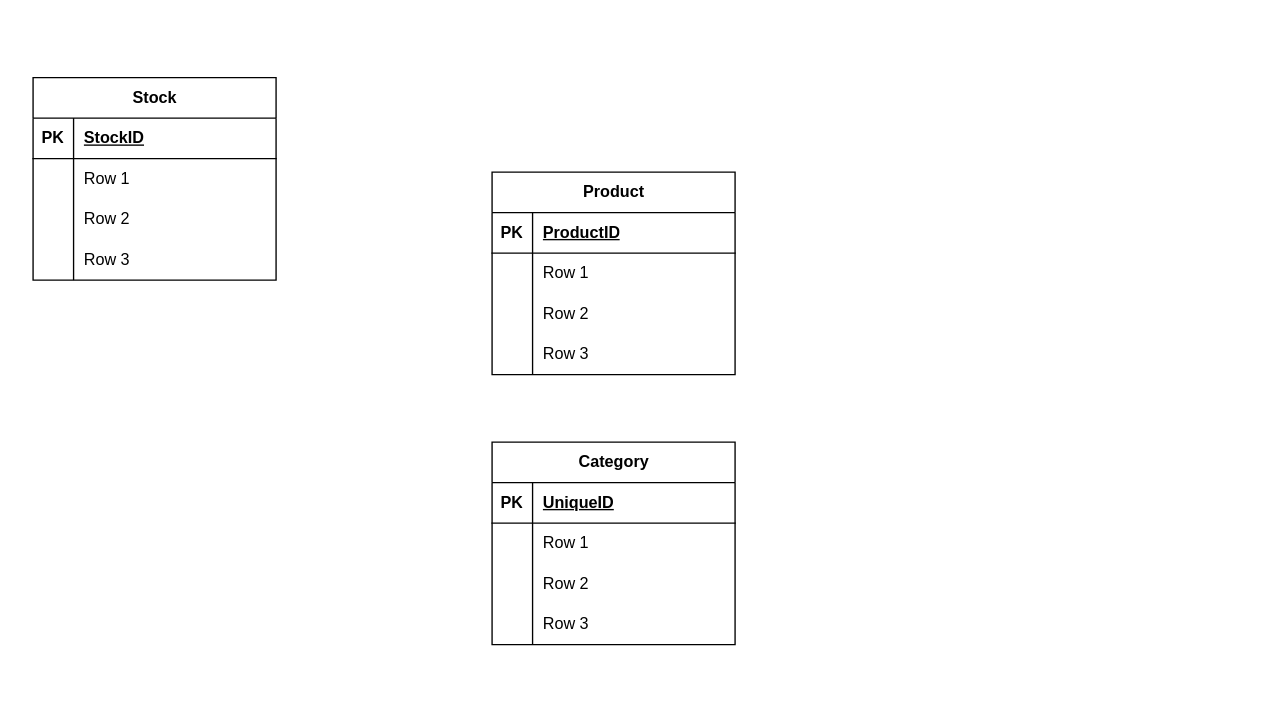
Earlier version of the draw.io diagram Diagramma senza titolo.drawio (LuigiSolazzi/EpicodeSQL). Source tidied: cells renumbered, new cells numbered last; positions are measured from the earlier drawing's top-left corner, leaving out a move shared by most shapes. Both pictures are drawn from the tidied source at 135%, with x=0, y=0 at pixel (32, 77).
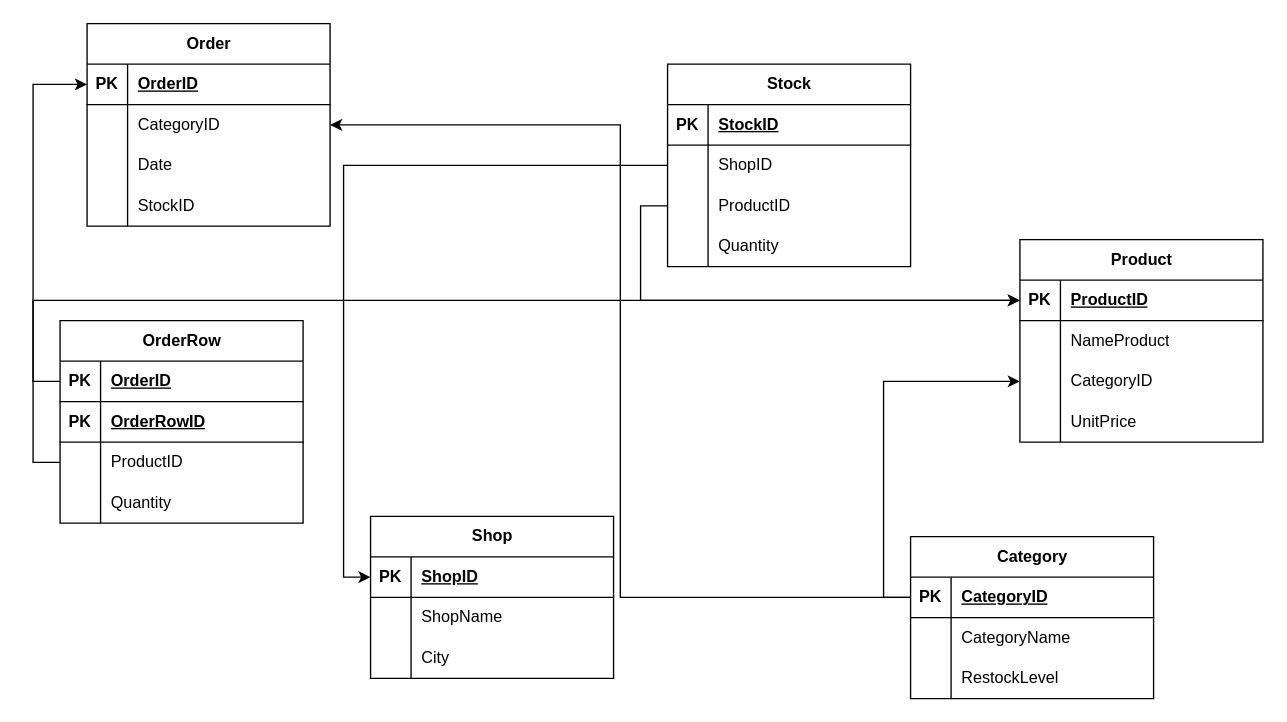
After the change.

Unchanged cells that the change refers to:
```xml
<mxCell id="3" style="shape=tableRow;horizontal=0;startSize=0;swimlaneHead=0;swimlaneBody=0;fillColor=none;points=[[0,0.5],[1,0.5]];portConstraint=eastwest;top=0;left=0;right=0;bottom=1;" parent="2" vertex="1">
  <mxGeometry y="30" width="180" height="30" as="geometry" />
</mxCell>
<mxCell id="6" style="shape=tableRow;horizontal=0;startSize=0;swimlaneHead=0;swimlaneBody=0;fillColor=none;top=0;left=0;right=0;bottom=0;" parent="2" vertex="1">
  <mxGeometry y="60" width="180" height="30" as="geometry" />
</mxCell>
<mxCell id="9" style="shape=tableRow;horizontal=0;startSize=0;swimlaneHead=0;swimlaneBody=0;fillColor=none;points=[[0,0.5],[1,0.5]];portConstraint=eastwest;top=0;left=0;right=0;bottom=0;" parent="2" vertex="1">
  <mxGeometry y="90" width="180" height="30" as="geometry" />
</mxCell>
<mxCell id="12" style="shape=tableRow;horizontal=0;startSize=0;swimlaneHead=0;swimlaneBody=0;fillColor=none;top=0;left=0;right=0;bottom=0;" parent="2" vertex="1">
  <mxGeometry y="120" width="180" height="30" as="geometry" />
</mxCell>
<mxCell id="19" style="shape=tableRow;horizontal=0;startSize=0;swimlaneHead=0;swimlaneBody=0;fillColor=none;points=[[0,0.5],[1,0.5]];portConstraint=eastwest;top=0;left=0;right=0;bottom=0;" parent="15" vertex="1">
  <mxGeometry y="60" width="180" height="30" as="geometry" />
</mxCell>
<mxCell id="22" style="shape=tableRow;horizontal=0;startSize=0;swimlaneHead=0;swimlaneBody=0;fillColor=none;points=[[0,0.5],[1,0.5]];portConstraint=eastwest;top=0;left=0;right=0;bottom=0;" parent="15" vertex="1">
  <mxGeometry y="90" width="180" height="30" as="geometry" />
</mxCell>
<mxCell id="25" style="shape=tableRow;horizontal=0;startSize=0;swimlaneHead=0;swimlaneBody=0;fillColor=none;top=0;left=0;right=0;bottom=0;" parent="15" vertex="1">
  <mxGeometry y="120" width="180" height="30" as="geometry" />
</mxCell>
<mxCell id="29" style="shape=tableRow;horizontal=0;startSize=0;swimlaneHead=0;swimlaneBody=0;fillColor=none;points=[[0,0.5],[1,0.5]];portConstraint=eastwest;top=0;left=0;right=0;bottom=1;" parent="28" vertex="1">
  <mxGeometry y="30" width="180" height="30" as="geometry" />
</mxCell>
<mxCell id="32" style="shape=tableRow;horizontal=0;startSize=0;swimlaneHead=0;swimlaneBody=0;fillColor=none;top=0;left=0;right=0;bottom=0;" parent="28" vertex="1">
  <mxGeometry y="60" width="180" height="30" as="geometry" />
</mxCell>
<mxCell id="35" style="shape=tableRow;horizontal=0;startSize=0;swimlaneHead=0;swimlaneBody=0;fillColor=none;top=0;left=0;right=0;bottom=0;" parent="28" vertex="1">
  <mxGeometry y="90" width="180" height="30" as="geometry" />
</mxCell>
```

Change to the diagram source:
```diff
@@
     <mxCell id="2" value="Product" style="shape=table;startSize=30;childLayout=tableLayout;rowLines=0;fontStyle=1;align=center;html=1;" parent="1" vertex="1">
-      <mxGeometry x="340" y="70" width="180" height="150" as="geometry" />
+      <mxGeometry x="731" y="120" width="180" height="150" as="geometry" />
     </mxCell>
@@
-    <mxCell id="8" value="Row 1" style="shape=partialRectangle;fillColor=none;top=0;left=0;bottom=0;right=0;align=left;spacingLeft=6;overflow=hidden;whiteSpace=wrap;html=1;" parent="6" vertex="1">
+    <mxCell id="8" value="NameProduct" style="shape=partialRectangle;fillColor=none;top=0;left=0;bottom=0;right=0;align=left;spacingLeft=6;overflow=hidden;whiteSpace=wrap;html=1;" parent="6" vertex="1">
       <mxGeometry x="30" width="150" height="30" as="geometry" />
     </mxCell>
@@
-    <mxCell id="11" value="Row 2" style="shape=partialRectangle;fillColor=none;top=0;left=0;bottom=0;right=0;align=left;spacingLeft=6;overflow=hidden;whiteSpace=wrap;html=1;" parent="9" vertex="1">
+    <mxCell id="11" value="CategoryID" style="shape=partialRectangle;fillColor=none;top=0;left=0;bottom=0;right=0;align=left;spacingLeft=6;overflow=hidden;whiteSpace=wrap;html=1;" parent="9" vertex="1">
       <mxGeometry x="30" width="150" height="30" as="geometry" />
     </mxCell>
@@
-    <mxCell id="14" value="Row 3" style="shape=partialRectangle;fillColor=none;top=0;left=0;bottom=0;right=0;align=left;spacingLeft=6;overflow=hidden;whiteSpace=wrap;html=1;" parent="12" vertex="1">
+    <mxCell id="14" value="UnitPrice" style="shape=partialRectangle;fillColor=none;top=0;left=0;bottom=0;right=0;align=left;spacingLeft=6;overflow=hidden;whiteSpace=wrap;html=1;" parent="12" vertex="1">
       <mxGeometry x="30" width="150" height="30" as="geometry" />
     </mxCell>
     <mxCell id="15" value="Stock" style="shape=table;startSize=30;childLayout=tableLayout;rowLines=0;fontStyle=1;align=center;html=1;" parent="1" vertex="1">
-      <mxGeometry width="180" height="150" as="geometry" />
+      <mxGeometry x="470" y="-10" width="180" height="150" as="geometry" />
     </mxCell>
@@
-    <mxCell id="21" value="Row 1" style="shape=partialRectangle;fillColor=none;top=0;left=0;bottom=0;right=0;align=left;spacingLeft=6;overflow=hidden;whiteSpace=wrap;html=1;" parent="19" vertex="1">
+    <mxCell id="21" value="ShopID" style="shape=partialRectangle;fillColor=none;top=0;left=0;bottom=0;right=0;align=left;spacingLeft=6;overflow=hidden;whiteSpace=wrap;html=1;" parent="19" vertex="1">
       <mxGeometry x="30" width="150" height="30" as="geometry" />
     </mxCell>
@@
-    <mxCell id="24" value="Row 2" style="shape=partialRectangle;fillColor=none;top=0;left=0;bottom=0;right=0;align=left;spacingLeft=6;overflow=hidden;whiteSpace=wrap;html=1;" parent="22" vertex="1">
+    <mxCell id="24" value="ProductID" style="shape=partialRectangle;fillColor=none;top=0;left=0;bottom=0;right=0;align=left;spacingLeft=6;overflow=hidden;whiteSpace=wrap;html=1;" parent="22" vertex="1">
       <mxGeometry x="30" width="150" height="30" as="geometry" />
     </mxCell>
@@
-    <mxCell id="27" value="Row 3" style="shape=partialRectangle;fillColor=none;top=0;left=0;bottom=0;right=0;align=left;spacingLeft=6;overflow=hidden;whiteSpace=wrap;html=1;" parent="25" vertex="1">
+    <mxCell id="27" value="Quantity" style="shape=partialRectangle;fillColor=none;top=0;left=0;bottom=0;right=0;align=left;spacingLeft=6;overflow=hidden;whiteSpace=wrap;html=1;" parent="25" vertex="1">
       <mxGeometry x="30" width="150" height="30" as="geometry" />
     </mxCell>
     <mxCell id="28" value="Category" style="shape=table;startSize=30;childLayout=tableLayout;rowLines=0;fontStyle=1;align=center;html=1;" parent="1" vertex="1">
-      <mxGeometry x="340" y="270" width="180" height="150" as="geometry" />
+      <mxGeometry x="650" y="340" width="180" height="120" as="geometry" />
     </mxCell>
@@
-    <mxCell id="31" value="UniqueID" style="shape=partialRectangle;fillColor=none;top=0;left=0;bottom=0;right=0;align=left;spacingLeft=6;fontStyle=5;overflow=hidden;whiteSpace=wrap;html=1;" parent="29" vertex="1">
+    <mxCell id="31" value="CategoryID" style="shape=partialRectangle;fillColor=none;top=0;left=0;bottom=0;right=0;align=left;spacingLeft=6;fontStyle=5;overflow=hidden;whiteSpace=wrap;html=1;" parent="29" vertex="1">
       <mxGeometry x="30" width="150" height="30" as="geometry" />
     </mxCell>
@@
-    <mxCell id="34" value="Row 1" style="shape=partialRectangle;fillColor=none;top=0;left=0;bottom=0;right=0;align=left;spacingLeft=6;overflow=hidden;whiteSpace=wrap;html=1;" parent="32" vertex="1">
+    <mxCell id="34" value="CategoryName" style="shape=partialRectangle;fillColor=none;top=0;left=0;bottom=0;right=0;align=left;spacingLeft=6;overflow=hidden;whiteSpace=wrap;html=1;" parent="32" vertex="1">
       <mxGeometry x="30" width="150" height="30" as="geometry" />
     </mxCell>
@@
-    <mxCell id="37" value="Row 2" style="shape=partialRectangle;fillColor=none;top=0;left=0;bottom=0;right=0;align=left;spacingLeft=6;overflow=hidden;whiteSpace=wrap;html=1;" parent="35" vertex="1">
+    <mxCell id="37" value="RestockLevel" style="shape=partialRectangle;fillColor=none;top=0;left=0;bottom=0;right=0;align=left;spacingLeft=6;overflow=hidden;whiteSpace=wrap;html=1;" parent="35" vertex="1">
       <mxGeometry x="30" width="150" height="30" as="geometry" />
     </mxCell>
-    <mxCell id="38" style="shape=tableRow;horizontal=0;startSize=0;swimlaneHead=0;swimlaneBody=0;fillColor=none;top=0;left=0;right=0;bottom=0;" parent="28" vertex="1">
-      <mxGeometry y="120" width="180" height="30" as="geometry" />
-    </mxCell>
-    <mxCell id="39" style="shape=partialRectangle;fillColor=none;top=0;left=0;bottom=0;right=0;overflow=hidden;whiteSpace=wrap;html=1;" parent="38" vertex="1">
-      <mxGeometry width="30" height="30" as="geometry" />
-    </mxCell>
-    <mxCell id="40" value="Row 3" style="shape=partialRectangle;fillColor=none;top=0;left=0;bottom=0;right=0;align=left;spacingLeft=6;overflow=hidden;whiteSpace=wrap;html=1;" parent="38" vertex="1">
-      <mxGeometry x="30" width="150" height="30" as="geometry" />
-    </mxCell>
+    <mxCell id="41" value="Shop" style="shape=table;startSize=30;childLayout=tableLayout;rowLines=0;fontStyle=1;align=center;html=1;" parent="1" vertex="1">
+      <mxGeometry x="250" y="325" width="180" height="120" as="geometry" />
+    </mxCell>
+    <mxCell id="42" style="shape=tableRow;horizontal=0;startSize=0;swimlaneHead=0;swimlaneBody=0;fillColor=none;points=[[0,0.5],[1,0.5]];portConstraint=eastwest;top=0;left=0;right=0;bottom=1;" parent="41" vertex="1">
+      <mxGeometry y="30" width="180" height="30" as="geometry" />
+    </mxCell>
+    <mxCell id="43" value="PK" style="shape=partialRectangle;fillColor=none;top=0;left=0;bottom=0;right=0;fontStyle=1;overflow=hidden;whiteSpace=wrap;html=1;" parent="42" vertex="1">
+      <mxGeometry width="30" height="30" as="geometry" />
+    </mxCell>
+    <mxCell id="44" value="ShopID" style="shape=partialRectangle;fillColor=none;top=0;left=0;bottom=0;right=0;align=left;spacingLeft=6;fontStyle=5;overflow=hidden;whiteSpace=wrap;html=1;" parent="42" vertex="1">
+      <mxGeometry x="30" width="150" height="30" as="geometry" />
+    </mxCell>
+    <mxCell id="45" style="shape=tableRow;horizontal=0;startSize=0;swimlaneHead=0;swimlaneBody=0;fillColor=none;top=0;left=0;right=0;bottom=0;" parent="41" vertex="1">
+      <mxGeometry y="60" width="180" height="30" as="geometry" />
+    </mxCell>
+    <mxCell id="46" style="shape=partialRectangle;fillColor=none;top=0;left=0;bottom=0;right=0;overflow=hidden;whiteSpace=wrap;html=1;" parent="45" vertex="1">
+      <mxGeometry width="30" height="30" as="geometry" />
+    </mxCell>
+    <mxCell id="47" value="ShopName" style="shape=partialRectangle;fillColor=none;top=0;left=0;bottom=0;right=0;align=left;spacingLeft=6;overflow=hidden;whiteSpace=wrap;html=1;" parent="45" vertex="1">
+      <mxGeometry x="30" width="150" height="30" as="geometry" />
+    </mxCell>
+    <mxCell id="48" style="shape=tableRow;horizontal=0;startSize=0;swimlaneHead=0;swimlaneBody=0;fillColor=none;top=0;left=0;right=0;bottom=0;" parent="41" vertex="1">
+      <mxGeometry y="90" width="180" height="30" as="geometry" />
+    </mxCell>
+    <mxCell id="49" style="shape=partialRectangle;fillColor=none;top=0;left=0;bottom=0;right=0;overflow=hidden;whiteSpace=wrap;html=1;" parent="48" vertex="1">
+      <mxGeometry width="30" height="30" as="geometry" />
+    </mxCell>
+    <mxCell id="50" value="City" style="shape=partialRectangle;fillColor=none;top=0;left=0;bottom=0;right=0;align=left;spacingLeft=6;overflow=hidden;whiteSpace=wrap;html=1;" parent="48" vertex="1">
+      <mxGeometry x="30" width="150" height="30" as="geometry" />
+    </mxCell>
+    <mxCell id="51" value="Order" style="shape=table;startSize=30;childLayout=tableLayout;rowLines=0;fontStyle=1;align=center;html=1;" parent="1" vertex="1">
+      <mxGeometry x="40" y="-40" width="180" height="150" as="geometry" />
+    </mxCell>
+    <mxCell id="52" style="shape=tableRow;horizontal=0;startSize=0;swimlaneHead=0;swimlaneBody=0;fillColor=none;points=[[0,0.5],[1,0.5]];portConstraint=eastwest;top=0;left=0;right=0;bottom=1;" parent="51" vertex="1">
+      <mxGeometry y="30" width="180" height="30" as="geometry" />
+    </mxCell>
+    <mxCell id="53" value="PK" style="shape=partialRectangle;fillColor=none;top=0;left=0;bottom=0;right=0;fontStyle=1;overflow=hidden;whiteSpace=wrap;html=1;" parent="52" vertex="1">
+      <mxGeometry width="30" height="30" as="geometry" />
+    </mxCell>
+    <mxCell id="54" value="OrderID" style="shape=partialRectangle;fillColor=none;top=0;left=0;bottom=0;right=0;align=left;spacingLeft=6;fontStyle=5;overflow=hidden;whiteSpace=wrap;html=1;" parent="52" vertex="1">
+      <mxGeometry x="30" width="150" height="30" as="geometry" />
+    </mxCell>
+    <mxCell id="55" style="shape=tableRow;horizontal=0;startSize=0;swimlaneHead=0;swimlaneBody=0;fillColor=none;points=[[0,0.5],[1,0.5]];portConstraint=eastwest;top=0;left=0;right=0;bottom=0;" parent="51" vertex="1">
+      <mxGeometry y="60" width="180" height="30" as="geometry" />
+    </mxCell>
+    <mxCell id="56" style="shape=partialRectangle;fillColor=none;top=0;left=0;bottom=0;right=0;overflow=hidden;whiteSpace=wrap;html=1;" parent="55" vertex="1">
+      <mxGeometry width="30" height="30" as="geometry" />
+    </mxCell>
+    <mxCell id="57" value="CategoryID" style="shape=partialRectangle;fillColor=none;top=0;left=0;bottom=0;right=0;align=left;spacingLeft=6;overflow=hidden;whiteSpace=wrap;html=1;" parent="55" vertex="1">
+      <mxGeometry x="30" width="150" height="30" as="geometry" />
+    </mxCell>
+    <mxCell id="58" style="shape=tableRow;horizontal=0;startSize=0;swimlaneHead=0;swimlaneBody=0;fillColor=none;top=0;left=0;right=0;bottom=0;" parent="51" vertex="1">
+      <mxGeometry y="90" width="180" height="30" as="geometry" />
+    </mxCell>
+    <mxCell id="59" style="shape=partialRectangle;fillColor=none;top=0;left=0;bottom=0;right=0;overflow=hidden;whiteSpace=wrap;html=1;" parent="58" vertex="1">
+      <mxGeometry width="30" height="30" as="geometry" />
+    </mxCell>
+    <mxCell id="60" value="Date" style="shape=partialRectangle;fillColor=none;top=0;left=0;bottom=0;right=0;align=left;spacingLeft=6;overflow=hidden;whiteSpace=wrap;html=1;" parent="58" vertex="1">
+      <mxGeometry x="30" width="150" height="30" as="geometry" />
+    </mxCell>
+    <mxCell id="61" style="shape=tableRow;horizontal=0;startSize=0;swimlaneHead=0;swimlaneBody=0;fillColor=none;top=0;left=0;right=0;bottom=0;" parent="51" vertex="1">
+      <mxGeometry y="120" width="180" height="30" as="geometry" />
+    </mxCell>
+    <mxCell id="62" style="shape=partialRectangle;fillColor=none;top=0;left=0;bottom=0;right=0;overflow=hidden;whiteSpace=wrap;html=1;" parent="61" vertex="1">
+      <mxGeometry width="30" height="30" as="geometry" />
+    </mxCell>
+    <mxCell id="63" value="StockID" style="shape=partialRectangle;fillColor=none;top=0;left=0;bottom=0;right=0;align=left;spacingLeft=6;overflow=hidden;whiteSpace=wrap;html=1;" parent="61" vertex="1">
+      <mxGeometry x="30" width="150" height="30" as="geometry" />
+    </mxCell>
+    <mxCell id="64" value="OrderRow" style="shape=table;startSize=30;childLayout=tableLayout;rowLines=0;fontStyle=1;align=center;html=1;" parent="1" vertex="1">
+      <mxGeometry x="20" y="180" width="180" height="150" as="geometry" />
+    </mxCell>
+    <mxCell id="65" style="shape=tableRow;horizontal=0;startSize=0;swimlaneHead=0;swimlaneBody=0;fillColor=none;points=[[0,0.5],[1,0.5]];portConstraint=eastwest;top=0;left=0;right=0;bottom=1;" parent="64" vertex="1">
+      <mxGeometry y="30" width="180" height="30" as="geometry" />
+    </mxCell>
+    <mxCell id="66" value="PK" style="shape=partialRectangle;fillColor=none;top=0;left=0;bottom=0;right=0;fontStyle=1;overflow=hidden;whiteSpace=wrap;html=1;" parent="65" vertex="1">
+      <mxGeometry width="30" height="30" as="geometry" />
+    </mxCell>
+    <mxCell id="67" value="OrderID" style="shape=partialRectangle;fillColor=none;top=0;left=0;bottom=0;right=0;align=left;spacingLeft=6;fontStyle=5;overflow=hidden;whiteSpace=wrap;html=1;" parent="65" vertex="1">
+      <mxGeometry x="30" width="150" height="30" as="geometry" />
+    </mxCell>
+    <mxCell id="68" style="shape=tableRow;horizontal=0;startSize=0;swimlaneHead=0;swimlaneBody=0;fillColor=none;top=0;left=0;right=0;bottom=1;" parent="64" vertex="1">
+      <mxGeometry y="60" width="180" height="30" as="geometry" />
+    </mxCell>
+    <mxCell id="69" value="PK" style="shape=partialRectangle;fillColor=none;top=0;left=0;bottom=0;right=0;fontStyle=1;overflow=hidden;whiteSpace=wrap;html=1;" parent="68" vertex="1">
+      <mxGeometry width="30" height="30" as="geometry" />
+    </mxCell>
+    <mxCell id="70" value="OrderRowID" style="shape=partialRectangle;fillColor=none;top=0;left=0;bottom=0;right=0;align=left;spacingLeft=6;fontStyle=5;overflow=hidden;whiteSpace=wrap;html=1;" parent="68" vertex="1">
+      <mxGeometry x="30" width="150" height="30" as="geometry" />
+    </mxCell>
+    <mxCell id="71" style="shape=tableRow;horizontal=0;startSize=0;swimlaneHead=0;swimlaneBody=0;fillColor=none;points=[[0,0.5],[1,0.5]];portConstraint=eastwest;top=0;left=0;right=0;bottom=0;" parent="64" vertex="1">
+      <mxGeometry y="90" width="180" height="30" as="geometry" />
+    </mxCell>
+    <mxCell id="72" style="shape=partialRectangle;fillColor=none;top=0;left=0;bottom=0;right=0;overflow=hidden;whiteSpace=wrap;html=1;" parent="71" vertex="1">
+      <mxGeometry width="30" height="30" as="geometry" />
+    </mxCell>
+    <mxCell id="73" value="ProductID" style="shape=partialRectangle;fillColor=none;top=0;left=0;bottom=0;right=0;align=left;spacingLeft=6;overflow=hidden;whiteSpace=wrap;html=1;" parent="71" vertex="1">
+      <mxGeometry x="30" width="150" height="30" as="geometry" />
+    </mxCell>
+    <mxCell id="74" style="shape=tableRow;horizontal=0;startSize=0;swimlaneHead=0;swimlaneBody=0;fillColor=none;top=0;left=0;right=0;bottom=0;" parent="64" vertex="1">
+      <mxGeometry y="120" width="180" height="30" as="geometry" />
+    </mxCell>
+    <mxCell id="75" style="shape=partialRectangle;fillColor=none;top=0;left=0;bottom=0;right=0;overflow=hidden;whiteSpace=wrap;html=1;" parent="74" vertex="1">
+      <mxGeometry width="30" height="30" as="geometry" />
+    </mxCell>
+    <mxCell id="76" value="Quantity" style="shape=partialRectangle;fillColor=none;top=0;left=0;bottom=0;right=0;align=left;spacingLeft=6;overflow=hidden;whiteSpace=wrap;html=1;" parent="74" vertex="1">
+      <mxGeometry x="30" width="150" height="30" as="geometry" />
+    </mxCell>
+    <mxCell id="77" style="edgeStyle=orthogonalEdgeStyle;rounded=0;jettySize=auto;html=1;exitX=0;exitY=0.5;exitDx=0;exitDy=0;entryX=0;entryY=0.5;entryDx=0;entryDy=0;" parent="1" edge="1" source="29" target="9">
+      <mxGeometry relative="1" as="geometry" />
+    </mxCell>
+    <mxCell id="78" style="edgeStyle=orthogonalEdgeStyle;rounded=0;jettySize=auto;html=1;exitX=0;exitY=0.5;exitDx=0;exitDy=0;entryX=0;entryY=0.5;entryDx=0;entryDy=0;" parent="1" edge="1" source="65" target="52">
+      <mxGeometry relative="1" as="geometry" />
+    </mxCell>
+    <mxCell id="79" style="edgeStyle=orthogonalEdgeStyle;rounded=0;jettySize=auto;html=1;exitX=0;exitY=0.5;exitDx=0;exitDy=0;entryX=0;entryY=0.5;entryDx=0;entryDy=0;" parent="1" edge="1" source="22" target="3">
+      <mxGeometry relative="1" as="geometry" />
+    </mxCell>
+    <mxCell id="80" style="edgeStyle=orthogonalEdgeStyle;rounded=0;jettySize=auto;html=1;exitX=0;exitY=0.5;exitDx=0;exitDy=0;entryX=0;entryY=0.5;entryDx=0;entryDy=0;" parent="1" edge="1" source="19" target="42">
+      <mxGeometry relative="1" as="geometry" />
+    </mxCell>
+    <mxCell id="81" style="edgeStyle=orthogonalEdgeStyle;rounded=0;jettySize=auto;html=1;exitX=0;exitY=0.5;exitDx=0;exitDy=0;entryX=1;entryY=0.5;entryDx=0;entryDy=0;" parent="1" edge="1" source="29" target="55">
+      <mxGeometry relative="1" as="geometry" />
+    </mxCell>
+    <mxCell id="82" style="edgeStyle=orthogonalEdgeStyle;rounded=0;jettySize=auto;html=1;exitX=0;exitY=0.5;exitDx=0;exitDy=0;entryX=0;entryY=0.5;entryDx=0;entryDy=0;" parent="1" edge="1" source="71" target="3">
+      <mxGeometry relative="1" as="geometry" />
+    </mxCell>
```
